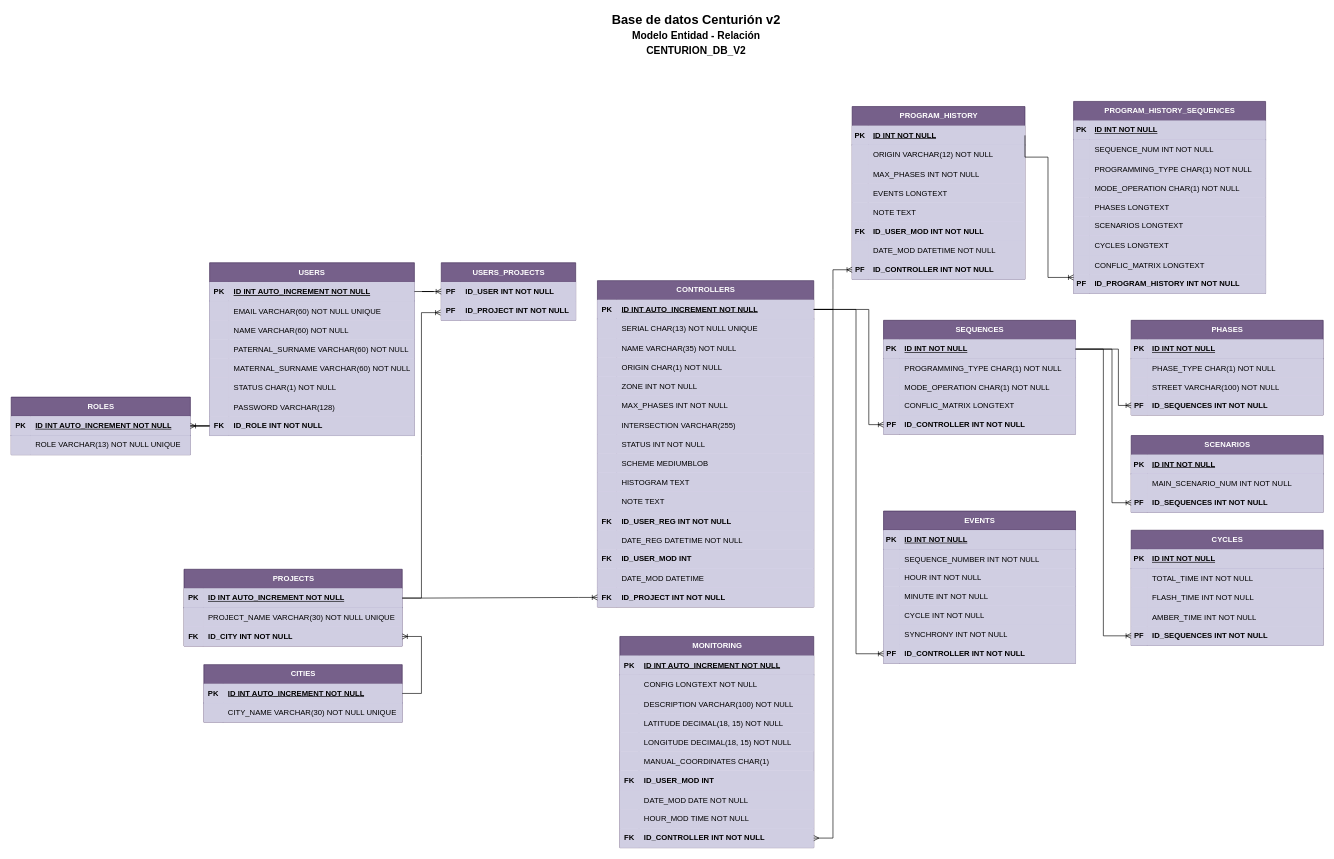
Before: page "ERD-CEN-V2" (2 of 4) of BD-CENTURION.drawio in ChirinosM/Prueba, a draw.io diagram. Source tidied: cells renumbered, new cells numbered last; positions are measured from the earlier drawing's top-left corner, leaving out a move shared by most shapes. Both pictures are drawn from the tidied source at 64%, with x=0, y=0 at pixel (11, 12).
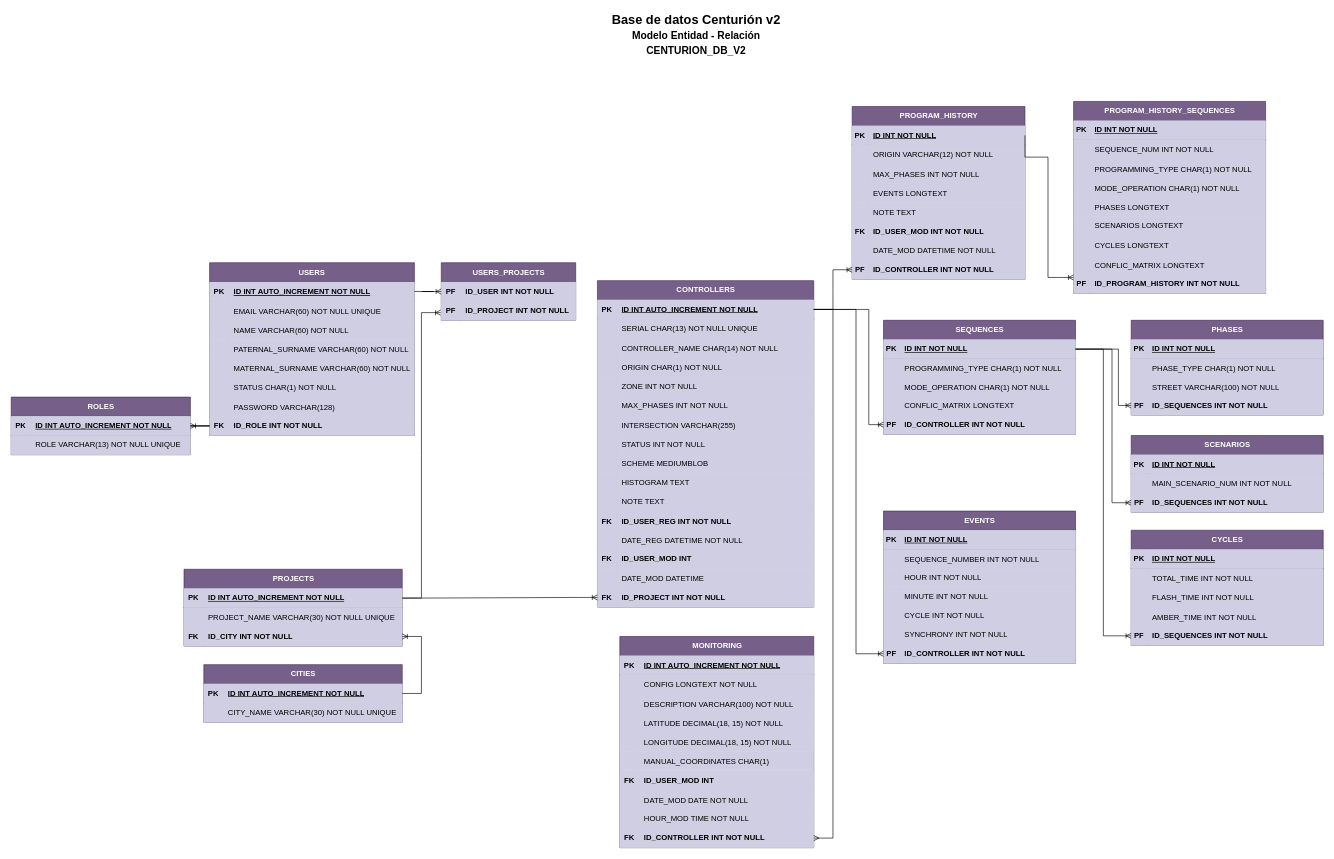
After the change.

Unchanged cells that the change refers to:
```xml
<mxCell id="26" style="shape=tableRow;horizontal=0;startSize=0;swimlaneHead=0;swimlaneBody=0;fillColor=#D0CEE2;top=0;left=0;right=0;bottom=0;strokeColor=#56517e;" parent="19" vertex="1">
  <mxGeometry y="90" width="338" height="30" as="geometry" />
</mxCell>
```

Change to the diagram source:
```diff
@@
-    <mxCell id="28" value="NAME VARCHAR(35) NOT NULL" style="shape=partialRectangle;fillColor=#D0CEE2;top=0;left=0;bottom=0;right=0;align=left;spacingLeft=6;overflow=hidden;strokeColor=#56517e;" parent="26" vertex="1">
+    <mxCell id="28" value="CONTROLLER_NAME CHAR(14) NOT NULL" style="shape=partialRectangle;fillColor=#D0CEE2;top=0;left=0;bottom=0;right=0;align=left;spacingLeft=6;overflow=hidden;strokeColor=#56517e;" parent="26" vertex="1">
       <mxGeometry x="30" width="308" height="30" as="geometry" />
     </mxCell>
```
